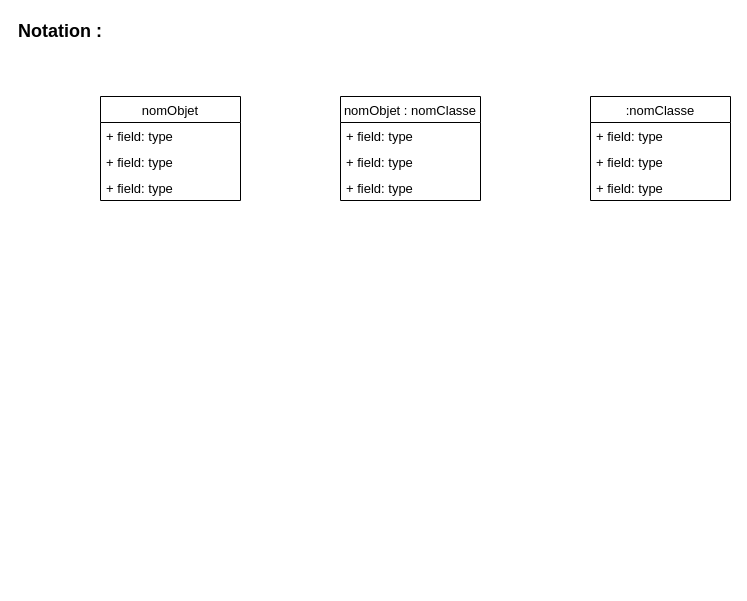
Above: page "Objects" (4 of 4) of Diagram.drawio in yahyamallak/UML (draw.io), before the change. Source tidied: cells renumbered, new cells numbered last; positions are measured from the earlier drawing's top-left corner, leaving out a move shared by most shapes. Both pictures are drawn from the tidied source at 100%, with x=0, y=0 at pixel (20, 16).
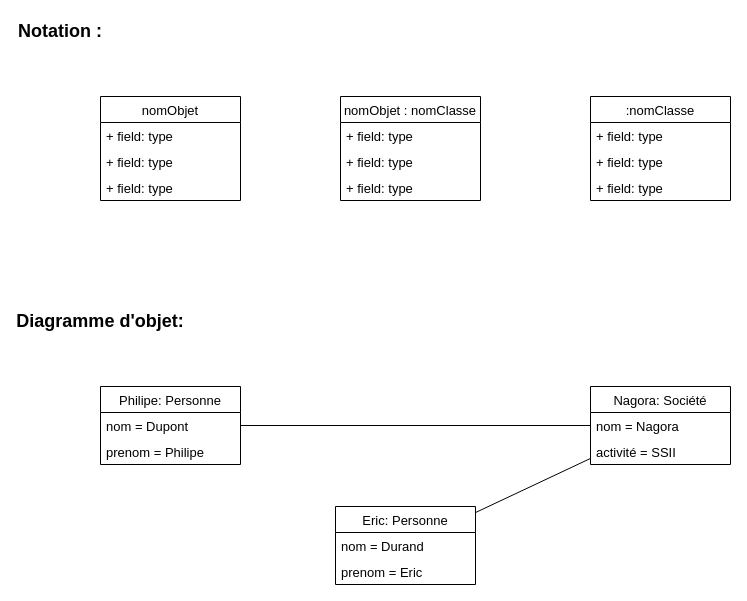
After the change.

The edit, as a diff of the source:
```diff
@@
+    <mxCell id="15" value="Diagramme d'objet:" style="text;align=center;fontStyle=1;verticalAlign=middle;spacingLeft=3;spacingRight=3;strokeColor=none;fontSize=18;" parent="1" vertex="1">
+      <mxGeometry x="40" y="290" width="80" height="26" as="geometry" />
+    </mxCell>
+    <mxCell id="16" value="Philipe: Personne" style="swimlane;fontStyle=0;horizontal=1;startSize=26;fillColor=none;fontSize=13;" parent="1" vertex="1">
+      <mxGeometry x="80" y="370" width="140" height="78" as="geometry" />
+    </mxCell>
+    <mxCell id="17" value="nom = Dupont" style="text;strokeColor=none;fillColor=none;align=left;verticalAlign=top;spacingLeft=4;spacingRight=4;overflow=hidden;points=[[0,0.5],[1,0.5]];portConstraint=eastwest;fontSize=13;" parent="16" vertex="1">
+      <mxGeometry y="26" width="140" height="26" as="geometry" />
+    </mxCell>
+    <mxCell id="18" value="prenom = Philipe" style="text;strokeColor=none;fillColor=none;align=left;verticalAlign=top;spacingLeft=4;spacingRight=4;overflow=hidden;fontSize=13;" parent="16" vertex="1">
+      <mxGeometry y="52" width="140" height="26" as="geometry" />
+    </mxCell>
+    <mxCell id="19" value="Eric: Personne" style="swimlane;fontStyle=0;horizontal=1;startSize=26;fillColor=none;fontSize=13;" parent="1" vertex="1">
+      <mxGeometry x="315" y="490" width="140" height="78" as="geometry" />
+    </mxCell>
+    <mxCell id="20" value="nom = Durand" style="text;strokeColor=none;fillColor=none;align=left;verticalAlign=top;spacingLeft=4;spacingRight=4;overflow=hidden;fontSize=13;" parent="19" vertex="1">
+      <mxGeometry y="26" width="140" height="26" as="geometry" />
+    </mxCell>
+    <mxCell id="21" value="prenom = Eric" style="text;strokeColor=none;fillColor=none;align=left;verticalAlign=top;spacingLeft=4;spacingRight=4;overflow=hidden;fontSize=13;" parent="19" vertex="1">
+      <mxGeometry y="52" width="140" height="26" as="geometry" />
+    </mxCell>
+    <mxCell id="22" value="Nagora: Société" style="swimlane;fontStyle=0;horizontal=1;startSize=26;fillColor=none;fontSize=13;" parent="1" vertex="1">
+      <mxGeometry x="570" y="370" width="140" height="78" as="geometry" />
+    </mxCell>
+    <mxCell id="23" value="nom = Nagora" style="text;strokeColor=none;fillColor=none;align=left;verticalAlign=top;spacingLeft=4;spacingRight=4;overflow=hidden;fontSize=13;" parent="22" vertex="1">
+      <mxGeometry y="26" width="140" height="26" as="geometry" />
+    </mxCell>
+    <mxCell id="24" value="activité = SSII" style="text;strokeColor=none;fillColor=none;align=left;verticalAlign=top;spacingLeft=4;spacingRight=4;overflow=hidden;fontSize=13;" parent="22" vertex="1">
+      <mxGeometry y="52" width="140" height="26" as="geometry" />
+    </mxCell>
+    <mxCell id="25" style="endArrow=none;html=1;rounded=0;fontSize=13;startSize=6;elbow=vertical;jumpStyle=none;exitX=1;exitY=0.5;exitDx=0;exitDy=0;" parent="1" edge="1" source="17" target="22">
+      <mxGeometry relative="1" as="geometry" />
+    </mxCell>
+    <mxCell id="26" style="endArrow=none;html=1;rounded=0;fontSize=13;startSize=6;elbow=vertical;jumpStyle=none;" parent="1" edge="1" source="19" target="22">
+      <mxGeometry relative="1" as="geometry" />
+    </mxCell>
```
